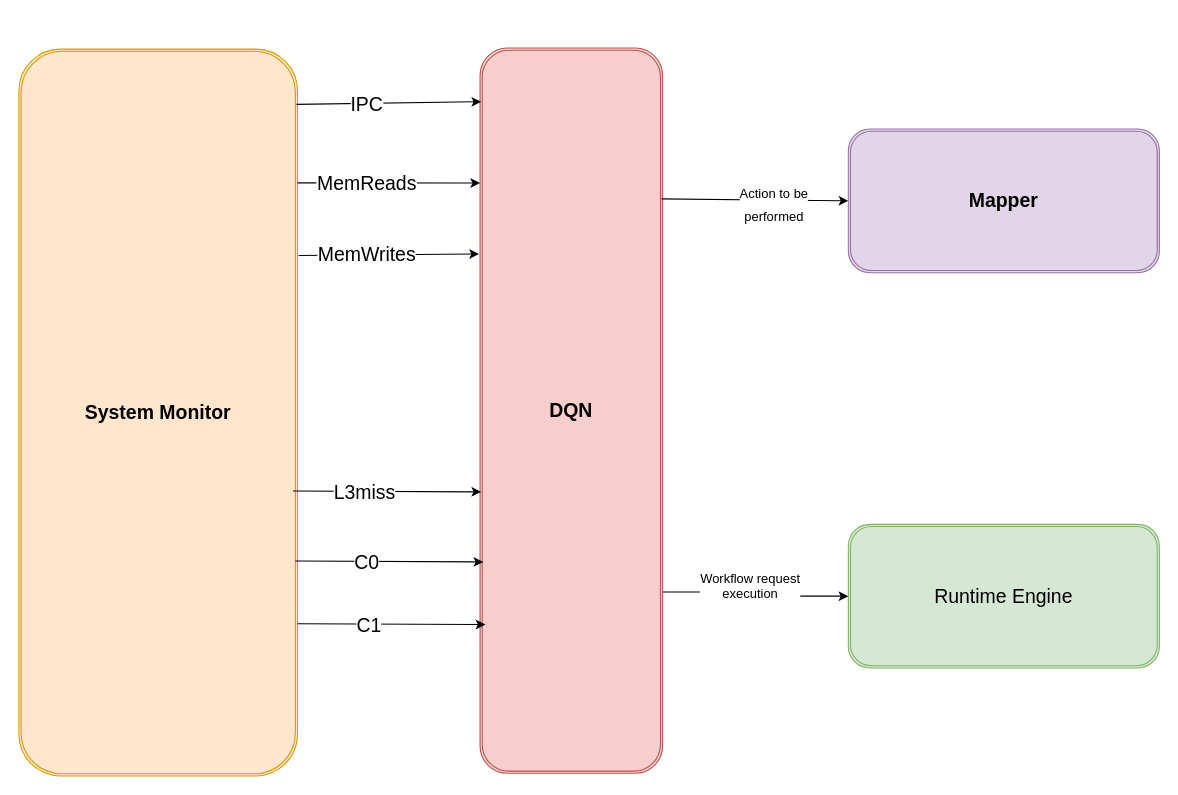
dimgiagos44/demo-go-workflow keeps this draw.io diagram as Untitled Diagram.drawio. Above is the earlier version. Source tidied: cells renumbered, new cells numbered last; positions are measured from the earlier drawing's top-left corner, leaving out a move shared by most shapes. Both pictures are drawn from the tidied source at 108%, with x=0, y=0 at pixel (18, 48).
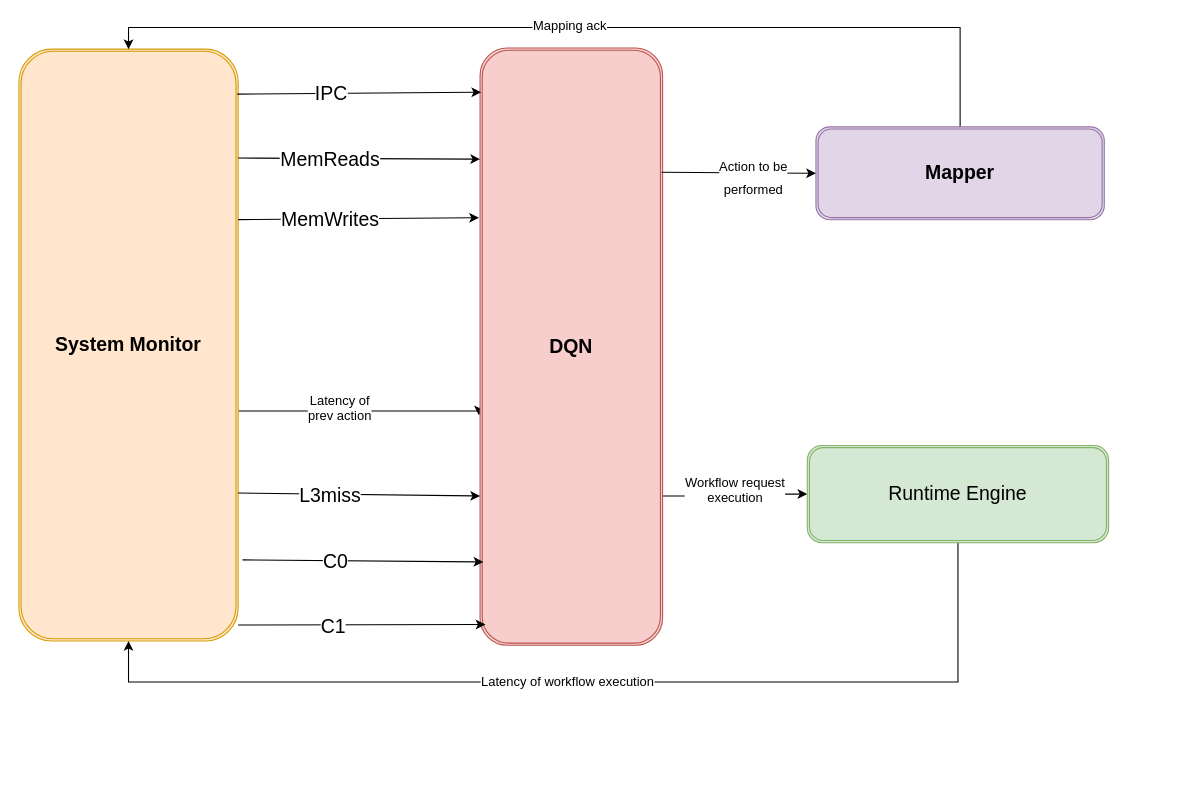
After the change.

Change to the diagram source:
```diff
@@
+    <mxCell id="22" style="edgeStyle=orthogonalEdgeStyle;rounded=0;jettySize=auto;html=1;entryX=-0.006;entryY=0.615;entryDx=0;entryDy=0;fontSize=12;entryPerimeter=0;" parent="1" edge="1" source="2" target="5">
+      <mxGeometry relative="1" as="geometry">
+        <Array as="points">
+          <mxPoint x="426" y="336" />
+        </Array>
+      </mxGeometry>
+    </mxCell>
+    <mxCell id="23" value="Latency of&lt;br&gt;&lt;div&gt;prev action&lt;/div&gt;&lt;div&gt;&lt;br&gt;&lt;/div&gt;" style="edgeLabel;html=1;align=center;verticalAlign=middle;fontSize=12;" parent="22" vertex="1">
+      <mxGeometry x="-0.2" y="4" relative="1" as="geometry">
+        <mxPoint x="2" y="8" as="offset" />
+      </mxGeometry>
+    </mxCell>
     <mxCell id="2" value="&lt;font style=&quot;font-size: 18px&quot;&gt;&lt;b&gt;System Monitor&lt;/b&gt;&lt;/font&gt;" style="shape=ext;double=1;rounded=1;whiteSpace=wrap;html=1;fillColor=#ffe6cc;strokeColor=#d79b00;" parent="1" vertex="1">
-      <mxGeometry y="1" width="258" height="673" as="geometry" />
+      <mxGeometry y="1" width="203" height="548" as="geometry" />
     </mxCell>
@@
     <mxCell id="5" value="&lt;b&gt;DQN&lt;/b&gt;" style="shape=ext;double=1;rounded=1;whiteSpace=wrap;html=1;fontSize=18;fillColor=#f8cecc;strokeColor=#b85450;" parent="1" vertex="1">
-      <mxGeometry x="427" width="169" height="671.5" as="geometry" />
+      <mxGeometry x="427" width="169" height="553" as="geometry" />
     </mxCell>
+    <mxCell id="24" style="edgeStyle=orthogonalEdgeStyle;rounded=0;jettySize=auto;html=1;entryX=0.5;entryY=0;entryDx=0;entryDy=0;fontSize=12;" parent="1" edge="1" source="6" target="2">
+      <mxGeometry relative="1" as="geometry">
+        <Array as="points">
+          <mxPoint x="872" y="-19" />
+          <mxPoint x="102" y="-19" />
+        </Array>
+      </mxGeometry>
+    </mxCell>
+    <mxCell id="25" value="Mapping ack" style="edgeLabel;html=1;align=center;verticalAlign=middle;fontSize=12;" parent="24" vertex="1">
+      <mxGeometry x="0.03" y="-2" relative="1" as="geometry" />
+    </mxCell>
     <mxCell id="6" value="&lt;b&gt;Mapper&lt;/b&gt;" style="shape=ext;double=1;rounded=1;whiteSpace=wrap;html=1;fontSize=18;fillColor=#e1d5e7;strokeColor=#9673a6;" parent="1" vertex="1">
-      <mxGeometry x="768" y="75" width="288" height="133" as="geometry" />
+      <mxGeometry x="738" y="73" width="267" height="86" as="geometry" />
     </mxCell>
+    <mxCell id="26" style="edgeStyle=orthogonalEdgeStyle;rounded=0;jettySize=auto;html=1;entryX=0.5;entryY=1;entryDx=0;entryDy=0;fontSize=12;" parent="1" edge="1" source="7" target="2">
+      <mxGeometry relative="1" as="geometry">
+        <Array as="points">
+          <mxPoint x="870" y="587" />
+          <mxPoint x="102" y="587" />
+        </Array>
+      </mxGeometry>
+    </mxCell>
+    <mxCell id="27" value="Latency of workflow execution" style="edgeLabel;html=1;align=center;verticalAlign=middle;fontSize=12;" parent="26" vertex="1">
+      <mxGeometry x="0.05" y="-1" relative="1" as="geometry" />
+    </mxCell>
     <mxCell id="7" value="Runtime Engine" style="shape=ext;double=1;rounded=1;whiteSpace=wrap;html=1;fontSize=18;fillColor=#d5e8d4;strokeColor=#82b366;" parent="1" vertex="1">
-      <mxGeometry x="768" y="441" width="288" height="133" as="geometry" />
+      <mxGeometry x="730" y="368" width="279" height="90" as="geometry" />
     </mxCell>
@@
-    <mxCell id="12" style="endArrow=classic;html=1;rounded=0;fontSize=18;exitX=0.996;exitY=0.076;exitDx=0;exitDy=0;exitPerimeter=0;entryX=-0.006;entryY=0.284;entryDx=0;entryDy=0;entryPerimeter=0;" parent="1" edge="1" target="5">
-      <mxGeometry relative="1" as="geometry">
-        <mxPoint x="259" y="192.1" as="sourcePoint" />
-      </mxGeometry>
+    <mxCell id="12" style="endArrow=classic;html=1;rounded=0;fontSize=18;entryX=-0.006;entryY=0.284;entryDx=0;entryDy=0;entryPerimeter=0;exitX=1;exitY=0.288;exitDx=0;exitDy=0;exitPerimeter=0;" parent="1" edge="1" source="2" target="5">
+      <mxGeometry relative="1" as="geometry" />
     </mxCell>
@@
-    <mxCell id="14" style="endArrow=classic;html=1;rounded=0;fontSize=18;exitX=0.996;exitY=0.076;exitDx=0;exitDy=0;exitPerimeter=0;entryX=0.006;entryY=0.612;entryDx=0;entryDy=0;entryPerimeter=0;" parent="1" edge="1" target="5">
-      <mxGeometry relative="1" as="geometry">
-        <mxPoint x="254" y="410.1" as="sourcePoint" />
-      </mxGeometry>
+    <mxCell id="14" style="endArrow=classic;html=1;rounded=0;fontSize=18;exitX=1;exitY=0.75;exitDx=0;exitDy=0;entryX=0;entryY=0.75;entryDx=0;entryDy=0;" parent="1" edge="1" source="2" target="5">
+      <mxGeometry relative="1" as="geometry" />
     </mxCell>
@@
-    <mxCell id="16" style="endArrow=classic;html=1;rounded=0;fontSize=18;exitX=0.996;exitY=0.076;exitDx=0;exitDy=0;exitPerimeter=0;entryX=0.006;entryY=0.612;entryDx=0;entryDy=0;entryPerimeter=0;" parent="1" edge="1">
+    <mxCell id="16" style="endArrow=classic;html=1;rounded=0;fontSize=18;exitX=1.02;exitY=0.863;exitDx=0;exitDy=0;exitPerimeter=0;entryX=0.006;entryY=0.612;entryDx=0;entryDy=0;entryPerimeter=0;" parent="1" edge="1" source="2">
       <mxGeometry relative="1" as="geometry">
-        <mxPoint x="256" y="475" as="sourcePoint" />
         <mxPoint x="430" y="475.8" as="targetPoint" />
       </mxGeometry>
     </mxCell>
@@
-    <mxCell id="18" style="endArrow=classic;html=1;rounded=0;fontSize=18;exitX=0.996;exitY=0.076;exitDx=0;exitDy=0;exitPerimeter=0;entryX=0.006;entryY=0.612;entryDx=0;entryDy=0;entryPerimeter=0;" parent="1" edge="1">
+    <mxCell id="18" style="endArrow=classic;html=1;rounded=0;fontSize=18;exitX=1;exitY=0.973;exitDx=0;exitDy=0;exitPerimeter=0;entryX=0.006;entryY=0.612;entryDx=0;entryDy=0;entryPerimeter=0;" parent="1" edge="1" source="2">
       <mxGeometry relative="1" as="geometry">
-        <mxPoint x="258" y="533" as="sourcePoint" />
         <mxPoint x="432" y="533.8" as="targetPoint" />
       </mxGeometry>
     </mxCell>
```
